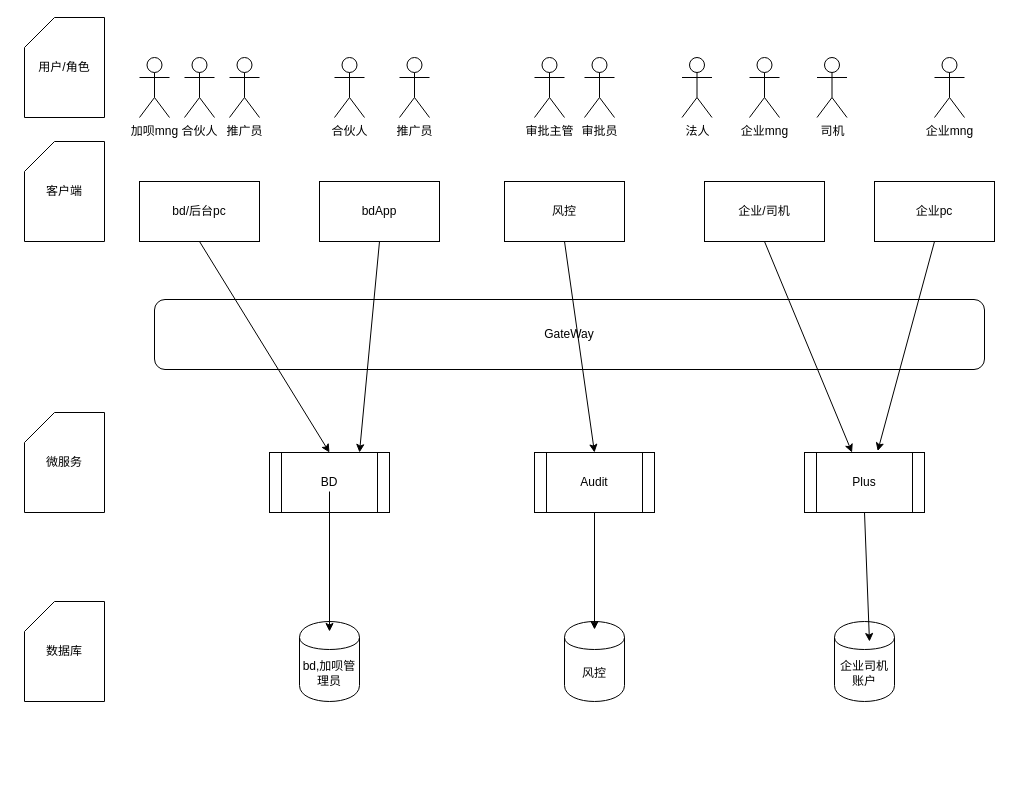
Above: 未命名表单.drawio in feng-chaoqing/hello-world (draw.io), before the change. Source tidied: cells renumbered, new cells numbered last; positions are measured from the earlier drawing's top-left corner, leaving out a move shared by most shapes. Both pictures are drawn from the tidied source at 100%, with x=0, y=0 at pixel (24, 17).
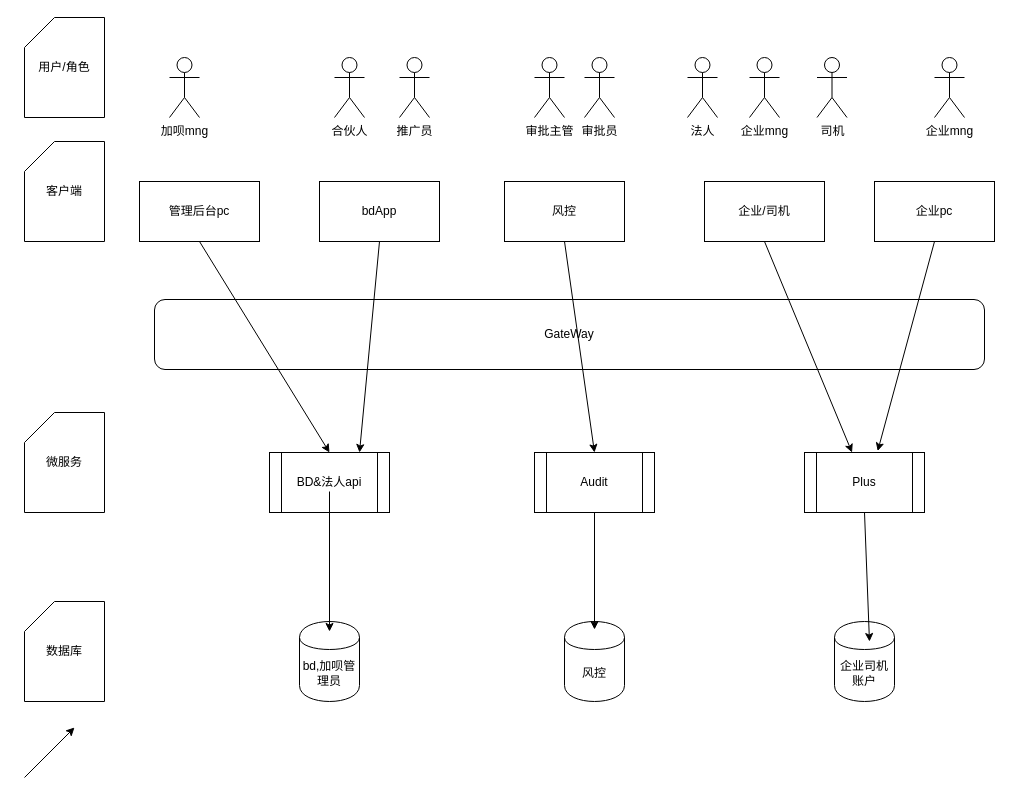
Above is the later version.

Commit message:
更新未命名表单.drawio

Change to the diagram source:
```diff
@@
-    <mxCell id="5" value="bd/后台pc" style="rounded=0;whiteSpace=wrap;html=1;flipH=0;" parent="1" vertex="1">
+    <mxCell id="5" value="管理后台pc" style="rounded=0;whiteSpace=wrap;html=1;flipH=0;" parent="1" vertex="1">
       <mxGeometry x="115" y="164" width="120" height="60" as="geometry" />
     </mxCell>
@@
-    <mxCell id="8" value="BD" style="shape=process;whiteSpace=wrap;html=1;backgroundOutline=1;" parent="1" vertex="1">
+    <mxCell id="8" value="BD&amp;amp;法人api" style="shape=process;whiteSpace=wrap;html=1;backgroundOutline=1;" parent="1" vertex="1">
       <mxGeometry x="245" y="435" width="120" height="60" as="geometry" />
     </mxCell>
@@
     <mxCell id="14" value="法人" style="shape=umlActor;verticalLabelPosition=bottom;labelBackgroundColor=#ffffff;verticalAlign=top;html=1;flipH=0;" parent="1" vertex="1">
-      <mxGeometry x="657.5" y="40" width="30" height="60" as="geometry" />
+      <mxGeometry x="663" y="40" width="30" height="60" as="geometry" />
     </mxCell>
@@
-    <mxCell id="20" value="合伙人" style="shape=umlActor;verticalLabelPosition=bottom;labelBackgroundColor=#ffffff;verticalAlign=top;html=1;flipH=0;" parent="1" vertex="1">
-      <mxGeometry x="160" y="40" width="30" height="60" as="geometry" />
-    </mxCell>
-    <mxCell id="21" value="推广员" style="shape=umlActor;verticalLabelPosition=bottom;labelBackgroundColor=#ffffff;verticalAlign=top;html=1;flipH=0;" parent="1" vertex="1">
-      <mxGeometry x="205" y="40" width="30" height="60" as="geometry" />
-    </mxCell>
     <mxCell id="22" value="加呗mng" style="shape=umlActor;verticalLabelPosition=bottom;labelBackgroundColor=#ffffff;verticalAlign=top;html=1;flipH=0;" parent="1" vertex="1">
-      <mxGeometry x="115" y="40" width="30" height="60" as="geometry" />
+      <mxGeometry x="145" y="40" width="30" height="60" as="geometry" />
     </mxCell>
@@
+    <mxCell id="37" style="endArrow=classic;html=1;" parent="1" edge="1">
+      <mxGeometry relative="1" as="geometry">
+        <mxPoint y="760" as="sourcePoint" />
+        <mxPoint x="50" y="710" as="targetPoint" />
+      </mxGeometry>
+    </mxCell>
```
